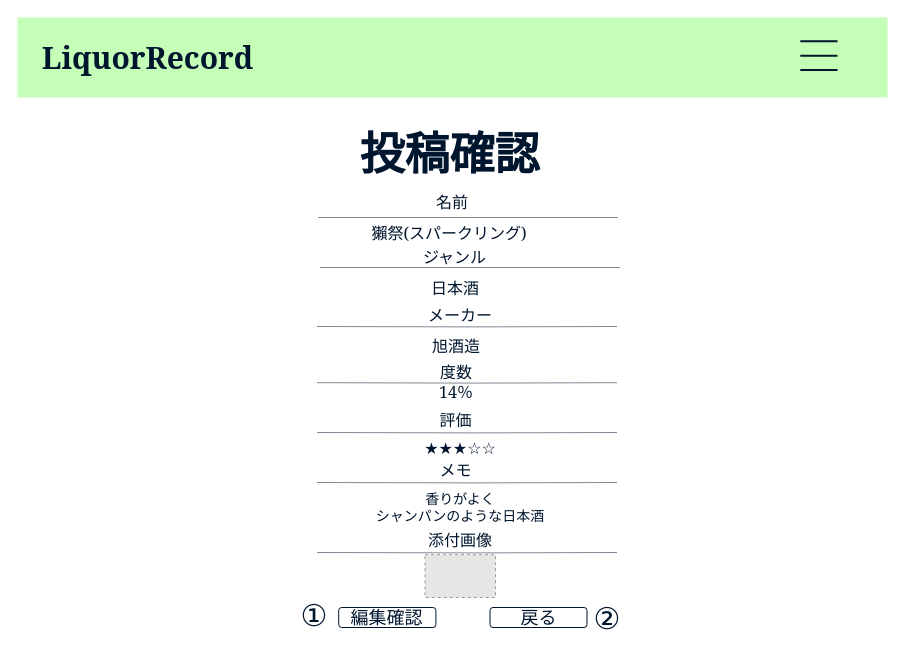
Earlier version of the draw.io diagram page "投稿確認画面" (8 of 14) of Untitled Diagram.drawio.xml (0saya0/LiquorRecord). Source tidied: cells renumbered, new cells numbered last; positions are measured from the earlier drawing's top-left corner, leaving out a move shared by most shapes. Both pictures are drawn from the tidied source at 100%, with x=0, y=0 at pixel (17, 17). Pictures stored in the file or linked from it are replaced by grey dashed boxes.
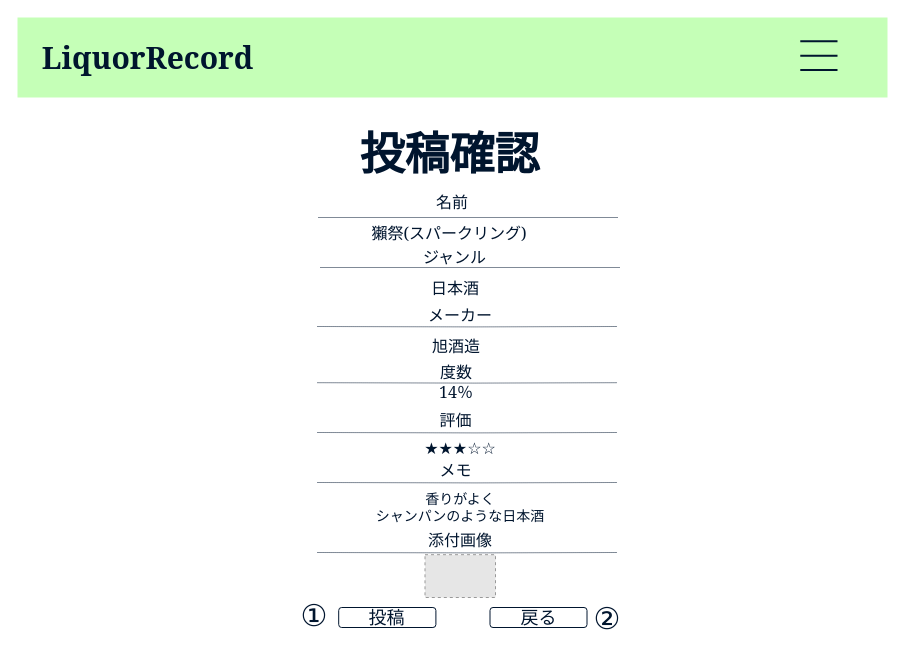
Above is the later version.

Diff of the diagram source:
```diff
@@
-    <mxCell id="8" value="編集確認" style="rounded=1;whiteSpace=wrap;html=1;labelBorderColor=none;fontFamily=Georgia;fontSize=18;fontColor=#00152E;strokeColor=#00152E;fillColor=default;" parent="1" vertex="1">
+    <mxCell id="8" value="投稿" style="rounded=1;whiteSpace=wrap;html=1;labelBorderColor=none;fontFamily=Georgia;fontSize=18;fontColor=#00152E;strokeColor=#00152E;fillColor=default;" parent="1" vertex="1">
       <mxGeometry x="321.2" y="590" width="97.2" height="20" as="geometry" />
     </mxCell>
```
